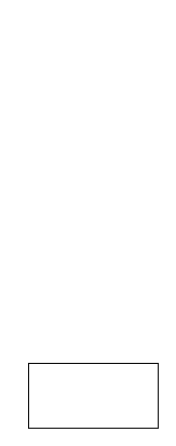
Earlier version of the draw.io diagram Untitled Diagram.drawio (Bestils/InteligentMediaAutoManager). Source tidied: cells renumbered, new cells numbered last; positions are measured from the earlier drawing's top-left corner, leaving out a move shared by most shapes. Both pictures are drawn from the tidied source at 108%, with x=0, y=0 at pixel (28, 363).
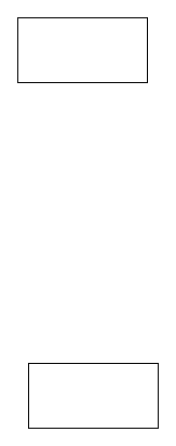
The same diagram, later.

Change to the diagram source:
```diff
@@
 <mxGraphModel>
   <root>
     <mxCell id="0" />
     <mxCell id="1" parent="0" />
     <mxCell id="2" style="rounded=0;whiteSpace=wrap;html=1;" parent="1" vertex="1">
       <mxGeometry width="120" height="60" as="geometry" />
     </mxCell>
+    <mxCell id="3" style="rounded=0;whiteSpace=wrap;html=1;" parent="1" vertex="1">
+      <mxGeometry x="-10" y="-320" width="120" height="60" as="geometry" />
+    </mxCell>
   </root>
 </mxGraphModel>
```
